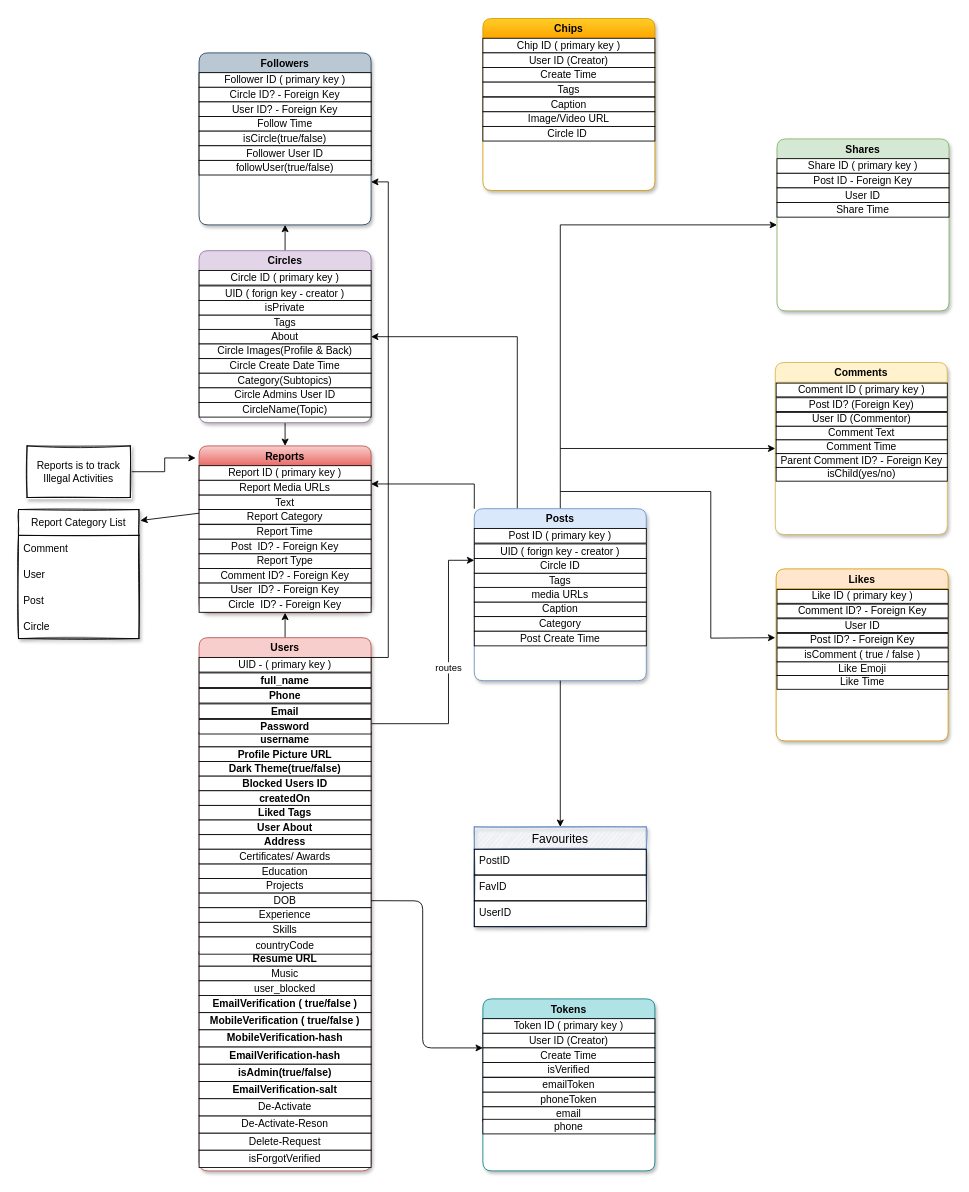
The draw.io diagram BackendV1-DBArchitecture.drawio in aghosh0605/social-app-backend, before the edit. Source tidied: cells renumbered, new cells numbered last; positions are measured from the earlier drawing's top-left corner, leaving out a move shared by most shapes. Both pictures are drawn from the tidied source at 86%, with x=0, y=0 at pixel (18, 18).
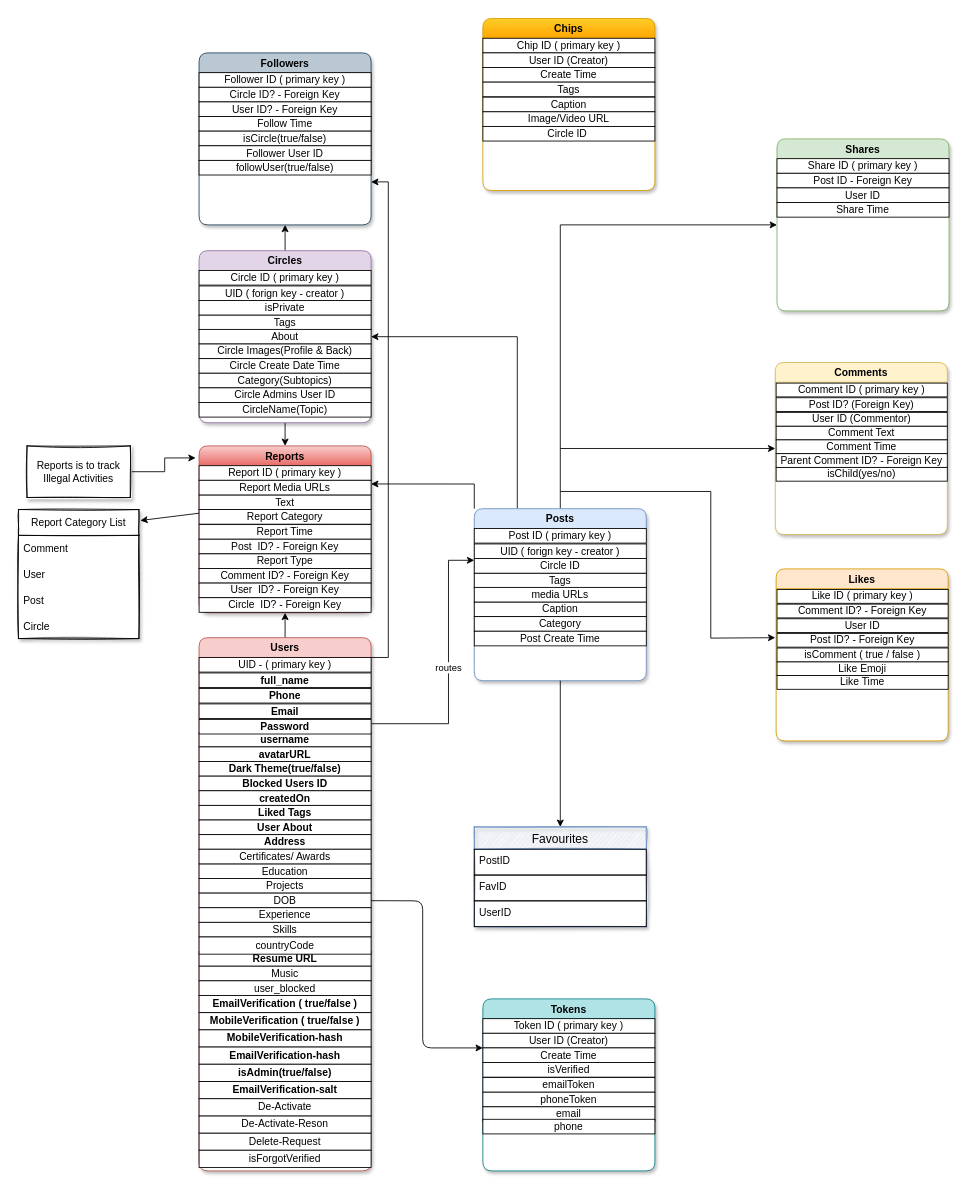
Above is the later version.

Commit message (it also covers changes not shown here):
🎨 Creating SubTopics ✨ User Profile Schema Updated

The change refers to these unchanged cells:
```xml
<mxCell id="4" value="Users" style="swimlane;fillColor=#f8cecc;strokeColor=#b85450;shadow=1;rounded=1;swimlaneFillColor=default;" parent="1" vertex="1">
  <mxGeometry x="210" y="720" width="200" height="620" as="geometry" />
</mxCell>
```

Diff of the diagram source:
```diff
@@
-    <mxCell id="8" value="&lt;b&gt;Profile Picture URL&lt;/b&gt;" style="rounded=0;whiteSpace=wrap;html=1;" parent="4" vertex="1">
+    <mxCell id="8" value="&lt;b&gt;avatarURL&lt;/b&gt;" style="rounded=0;whiteSpace=wrap;html=1;" parent="4" vertex="1">
       <mxGeometry y="127" width="200" height="17" as="geometry" />
     </mxCell>
```
